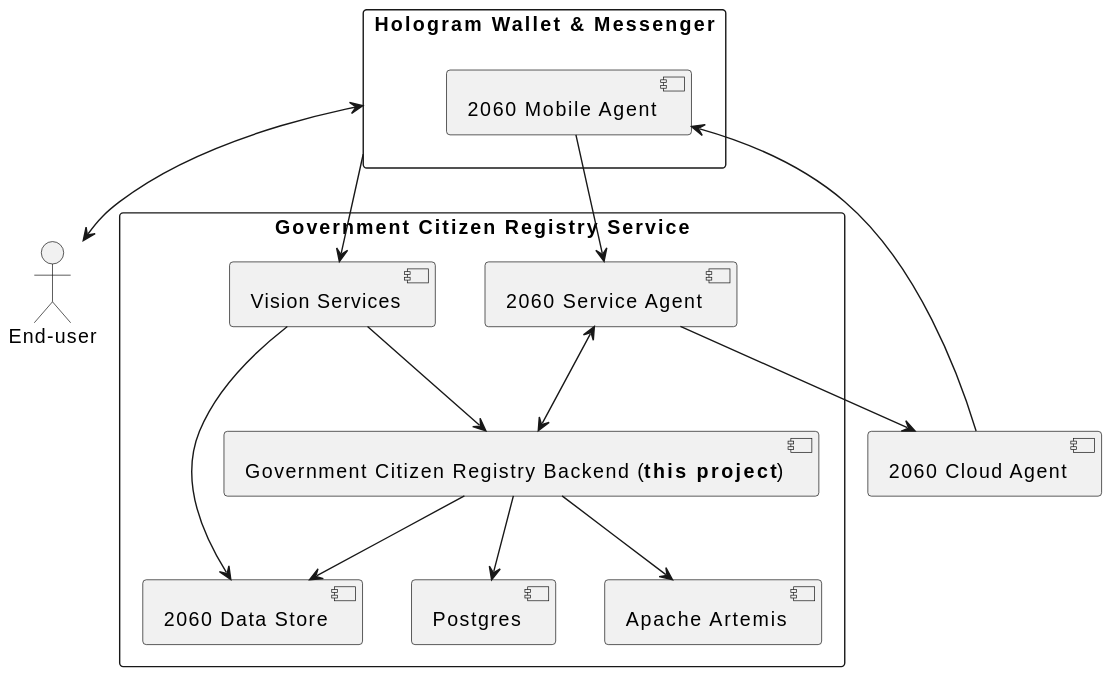
Above: arch.svg in 2060-io/hologram-gov-id-issuer-vs (PlantUML), before the change. The source it was exported from:
```plantuml
@startuml
actor "End-user" as Enduser

[2060 Cloud Agent] as CA

rectangle "Hologram Wallet & Messenger" as App {
  [2060 Mobile Agent] as MA
}


rectangle "Government Citizen Registry Service" {
    [2060 Service Agent] as VS
    [2060 Data Store] as DS
    [Postgres] as PS
    [Apache Artemis] as AA
    [Government Citizen Registry Backend (**this project**)] as GAIA
    [Vision Services] as VISION
}

MA --> VS
App --> VISION
VISION --> GAIA
VISION --> DS
GAIA --> DS
App <--> Enduser
VS <--> GAIA
VS --> CA
MA <-- CA
GAIA --> PS
GAIA --> AA
@enduml
```
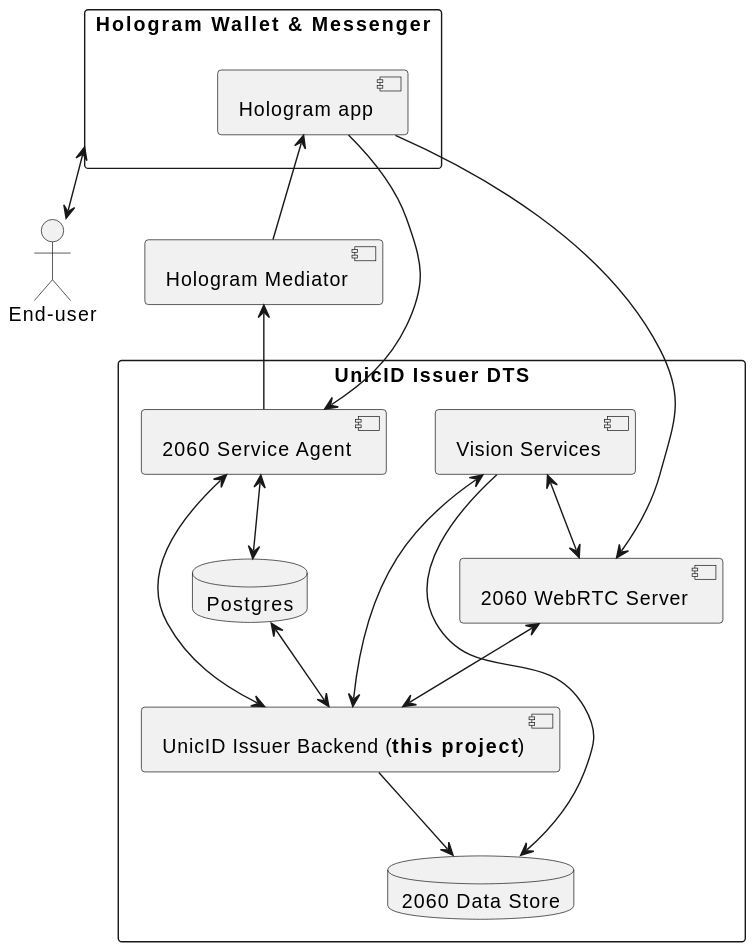
The same file after the commit.

Commit message:
docs: update architecture diagram, add call coordination

The edit, as a diff of the source:
```diff
@@ -1,31 +1,33 @@
 @startuml
 actor "End-user" as Enduser
 
-[2060 Cloud Agent] as CA
+[Hologram Mediator] as CA
 
 rectangle "Hologram Wallet & Messenger" as App {
-  [2060 Mobile Agent] as MA
+  [Hologram app] as MA
 }
 
 
-rectangle "Government Citizen Registry Service" {
+rectangle "UnicID Issuer DTS" {
     [2060 Service Agent] as VS
-    [2060 Data Store] as DS
-    [Postgres] as PS
-    [Apache Artemis] as AA
-    [Government Citizen Registry Backend (**this project**)] as GAIA
+    database "2060 Data Store" as DS
+    [2060 WebRTC Server] as WebRTC
+    database Postgres as PS
+    [UnicID Issuer Backend (**this project**)] as GAIA
     [Vision Services] as VISION
 }
 
+App <--> Enduser
 MA --> VS
-App --> VISION
-VISION --> GAIA
+MA <-- CA
+CA <-- VS
+MA --> WebRTC
+VISION <--> GAIA
 VISION --> DS
+VISION <--> WebRTC
+WebRTC <--> GAIA
 GAIA --> DS
-App <--> Enduser
 VS <--> GAIA
-VS --> CA
-MA <-- CA
-GAIA --> PS
-GAIA --> AA
+VS <--> PS
+PS <--> GAIA
 @enduml
```
